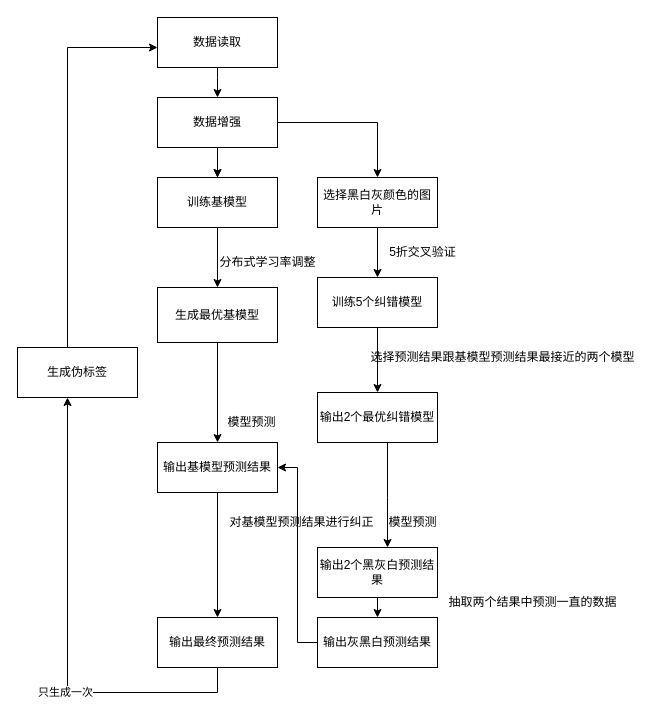
jiangyuanyuan1/invention keeps this draw.io diagram as 未命名绘图.drawio. Above is the earlier version. Source tidied: cells renumbered, new cells numbered last; positions are measured from the earlier drawing's top-left corner, leaving out a move shared by most shapes. Both pictures are drawn from the tidied source at 100%, with x=0, y=0 at pixel (17, 17).
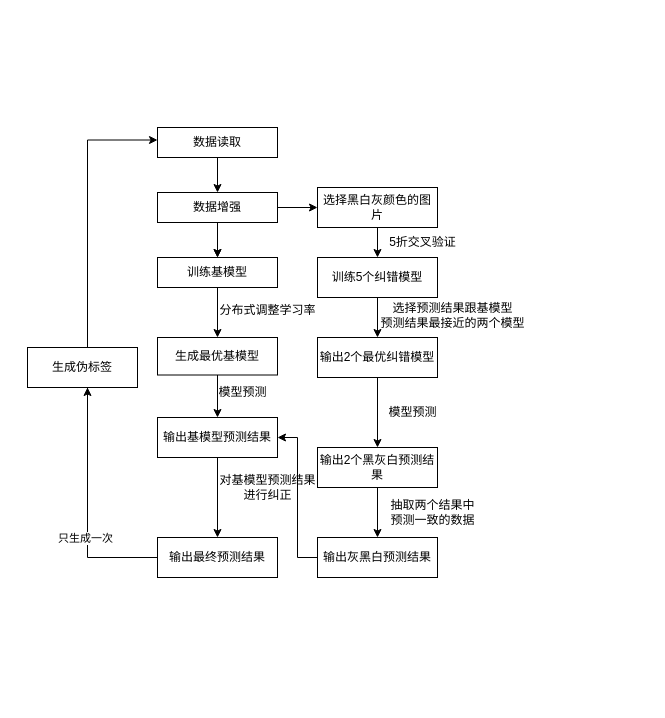
The same diagram, later.

Commit message:
模型预测过程.drawio

What changed in the source:
```diff
@@
     <mxCell id="2" style="edgeStyle=orthogonalEdgeStyle;rounded=0;jettySize=auto;html=1;" parent="1" edge="1" source="3" target="7">
       <mxGeometry relative="1" as="geometry">
         <Array as="points">
-          <mxPoint x="200" y="60" />
-          <mxPoint x="200" y="60" />
+          <mxPoint x="200" y="140" />
+          <mxPoint x="200" y="140" />
         </Array>
       </mxGeometry>
     </mxCell>
     <mxCell id="3" value="数据读取" style="rounded=0;whiteSpace=wrap;html=1;" parent="1" vertex="1">
-      <mxGeometry x="140" width="120" height="50" as="geometry" />
+      <mxGeometry x="140" y="110" width="120" height="30" as="geometry" />
     </mxCell>
@@
     <mxCell id="7" value="数据增强" style="rounded=0;whiteSpace=wrap;html=1;" parent="1" vertex="1">
-      <mxGeometry x="140" y="80" width="120" height="50" as="geometry" />
+      <mxGeometry x="140" y="175" width="120" height="30" as="geometry" />
     </mxCell>
@@
     <mxCell id="9" value="训练基模型" style="rounded=0;whiteSpace=wrap;html=1;" parent="1" vertex="1">
-      <mxGeometry x="140" y="160" width="120" height="50" as="geometry" />
+      <mxGeometry x="140" y="240" width="120" height="30" as="geometry" />
     </mxCell>
@@
     <mxCell id="11" value="生成最优基模型" style="rounded=0;whiteSpace=wrap;html=1;" parent="1" vertex="1">
-      <mxGeometry x="140" y="270" width="120" height="55" as="geometry" />
+      <mxGeometry x="140" y="320" width="120" height="37.5" as="geometry" />
     </mxCell>
-    <mxCell id="12" value="分布式学习率调整" style="text;html=1;align=center;verticalAlign=middle;strokeColor=none;fillColor=none;" parent="1" vertex="1">
-      <mxGeometry x="190" y="230" width="120" height="30" as="geometry" />
+    <mxCell id="12" value="分布式调整学习率" style="text;html=1;align=center;verticalAlign=middle;strokeColor=none;fillColor=none;" parent="1" vertex="1">
+      <mxGeometry x="190" y="277.5" width="120" height="30" as="geometry" />
     </mxCell>
@@
     <mxCell id="14" value="选择黑白灰颜色的图片" style="rounded=0;whiteSpace=wrap;html=1;" parent="1" vertex="1">
-      <mxGeometry x="300" y="160" width="120" height="50" as="geometry" />
+      <mxGeometry x="300" y="170" width="120" height="40" as="geometry" />
     </mxCell>
@@
     <mxCell id="16" value="训练5个纠错模型" style="rounded=0;whiteSpace=wrap;html=1;" parent="1" vertex="1">
-      <mxGeometry x="300" y="260" width="120" height="50" as="geometry" />
+      <mxGeometry x="300" y="240" width="120" height="40" as="geometry" />
     </mxCell>
     <mxCell id="17" value="5折交叉验证" style="text;html=1;align=center;verticalAlign=middle;strokeColor=none;fillColor=none;" parent="1" vertex="1">
-      <mxGeometry x="360" y="220" width="90" height="30" as="geometry" />
+      <mxGeometry x="360" y="210" width="90" height="30" as="geometry" />
     </mxCell>
-    <mxCell id="18" style="edgeStyle=orthogonalEdgeStyle;rounded=0;jettySize=auto;html=1;" parent="1" edge="1" source="19" target="24">
-      <mxGeometry relative="1" as="geometry">
-        <Array as="points">
-          <mxPoint x="370" y="480" />
-          <mxPoint x="370" y="480" />
-        </Array>
-      </mxGeometry>
-    </mxCell>
     <mxCell id="19" value="输出2个最优纠错模型" style="rounded=0;whiteSpace=wrap;html=1;" parent="1" vertex="1">
-      <mxGeometry x="300" y="375" width="120" height="50" as="geometry" />
+      <mxGeometry x="300" y="320" width="120" height="40" as="geometry" />
     </mxCell>
-    <mxCell id="20" value="选择预测结果跟基模型预测结果最接近的两个模型" style="text;html=1;align=center;verticalAlign=middle;strokeColor=none;fillColor=none;" parent="1" vertex="1">
-      <mxGeometry x="340" y="325" width="290" height="30" as="geometry" />
+    <mxCell id="20" value="选择预测结果跟基模型&lt;br&gt;预测结果最接近的两个模型" style="text;html=1;align=center;verticalAlign=middle;strokeColor=none;fillColor=none;" parent="1" vertex="1">
+      <mxGeometry x="350" y="277.5" width="170" height="40" as="geometry" />
     </mxCell>
@@
     <mxCell id="22" value="输出基模型预测结果" style="rounded=0;whiteSpace=wrap;html=1;" parent="1" vertex="1">
-      <mxGeometry x="140" y="425" width="120" height="50" as="geometry" />
+      <mxGeometry x="140" y="400" width="120" height="40" as="geometry" />
     </mxCell>
-    <mxCell id="23" style="edgeStyle=orthogonalEdgeStyle;rounded=0;jettySize=auto;html=1;" parent="1" edge="1" source="24" target="26">
-      <mxGeometry relative="1" as="geometry">
-        <Array as="points">
-          <mxPoint x="365" y="620" />
-          <mxPoint x="365" y="620" />
-        </Array>
-      </mxGeometry>
-    </mxCell>
     <mxCell id="24" value="输出2个黑灰白预测结果" style="rounded=0;whiteSpace=wrap;html=1;" parent="1" vertex="1">
-      <mxGeometry x="300" y="530" width="120" height="50" as="geometry" />
+      <mxGeometry x="300" y="430" width="120" height="40" as="geometry" />
     </mxCell>
@@
     <mxCell id="26" value="输出灰黑白预测结果" style="rounded=0;whiteSpace=wrap;html=1;" parent="1" vertex="1">
-      <mxGeometry x="300" y="600" width="120" height="50" as="geometry" />
+      <mxGeometry x="300" y="520" width="120" height="40" as="geometry" />
     </mxCell>
     <mxCell id="27" value="模型预测" style="text;html=1;align=center;verticalAlign=middle;strokeColor=none;fillColor=none;" parent="1" vertex="1">
-      <mxGeometry x="360" y="490" width="70" height="30" as="geometry" />
+      <mxGeometry x="360" y="380" width="70" height="30" as="geometry" />
     </mxCell>
-    <mxCell id="28" value="抽取两个结果中预测一直的数据" style="text;html=1;align=center;verticalAlign=middle;strokeColor=none;fillColor=none;" parent="1" vertex="1">
-      <mxGeometry x="420" y="570" width="190" height="30" as="geometry" />
+    <mxCell id="28" value="抽取两个结果中&lt;br&gt;预测一致的数据" style="text;html=1;align=center;verticalAlign=middle;strokeColor=none;fillColor=none;" parent="1" vertex="1">
+      <mxGeometry x="360" y="475" width="110" height="40" as="geometry" />
     </mxCell>
-    <mxCell id="29" value="对基模型预测结果进行纠正" style="text;html=1;align=center;verticalAlign=middle;strokeColor=none;fillColor=none;" parent="1" vertex="1">
-      <mxGeometry x="199" y="490" width="170" height="30" as="geometry" />
+    <mxCell id="29" value="对基模型预测结果&lt;br&gt;进行纠正" style="text;html=1;align=center;verticalAlign=middle;strokeColor=none;fillColor=none;" parent="1" vertex="1">
+      <mxGeometry x="190" y="450" width="120" height="40" as="geometry" />
     </mxCell>
     <mxCell id="30" style="edgeStyle=orthogonalEdgeStyle;rounded=0;jettySize=auto;html=1;" parent="1" edge="1" source="32" target="34">
       <mxGeometry relative="1" as="geometry">
         <Array as="points">
-          <mxPoint x="50" y="675" />
+          <mxPoint x="70" y="540" />
         </Array>
       </mxGeometry>
     </mxCell>
@@
     <mxCell id="32" value="输出最终预测结果" style="rounded=0;whiteSpace=wrap;html=1;" parent="1" vertex="1">
-      <mxGeometry x="140" y="600" width="120" height="50" as="geometry" />
+      <mxGeometry x="140" y="520" width="120" height="40" as="geometry" />
     </mxCell>
-    <mxCell id="33" style="edgeStyle=orthogonalEdgeStyle;rounded=0;orthogonalLoop=1;jettySize=auto;html=1;entryX=0;entryY=0.25;entryDx=0;entryDy=0;" parent="1" edge="1">
+    <mxCell id="33" style="edgeStyle=orthogonalEdgeStyle;rounded=0;orthogonalLoop=1;jettySize=auto;html=1;" parent="1" edge="1">
       <mxGeometry relative="1" as="geometry">
-        <mxPoint x="50" y="347.5" as="sourcePoint" />
-        <mxPoint x="140" y="30" as="targetPoint" />
+        <mxPoint x="70" y="440" as="sourcePoint" />
+        <mxPoint x="140" y="122.5" as="targetPoint" />
         <Array as="points">
-          <mxPoint x="50" y="30" />
+          <mxPoint x="70" y="123" />
         </Array>
       </mxGeometry>
     </mxCell>
     <mxCell id="34" value="生成伪标签" style="rounded=0;whiteSpace=wrap;html=1;" parent="1" vertex="1">
-      <mxGeometry y="330" width="120" height="50" as="geometry" />
+      <mxGeometry x="10" y="330" width="110" height="40" as="geometry" />
     </mxCell>
     <mxCell id="35" value="模型预测" style="text;html=1;align=center;verticalAlign=middle;strokeColor=none;fillColor=none;" parent="1" vertex="1">
-      <mxGeometry x="199" y="390" width="70" height="30" as="geometry" />
+      <mxGeometry x="190" y="360" width="70" height="30" as="geometry" />
     </mxCell>
+    <mxCell id="36" style="edgeStyle=orthogonalEdgeStyle;rounded=0;orthogonalLoop=1;jettySize=auto;html=1;exitX=0.5;exitY=1;exitDx=0;exitDy=0;fontSize=17;" parent="1" edge="1" source="24" target="24">
+      <mxGeometry relative="1" as="geometry" />
+    </mxCell>
+    <mxCell id="23" style="endArrow=classic;html=1;rounded=0;fontSize=17;entryX=0.5;entryY=0;entryDx=0;entryDy=0;exitX=0.5;exitY=1;exitDx=0;exitDy=0;" parent="1" edge="1" source="24" target="26">
+      <mxGeometry relative="1" as="geometry" />
+    </mxCell>
+    <mxCell id="18" style="endArrow=classic;html=1;rounded=0;fontSize=17;entryX=0.5;entryY=0;entryDx=0;entryDy=0;exitX=0.5;exitY=1;exitDx=0;exitDy=0;" parent="1" edge="1" source="19" target="24">
+      <mxGeometry relative="1" as="geometry" />
+    </mxCell>
```
